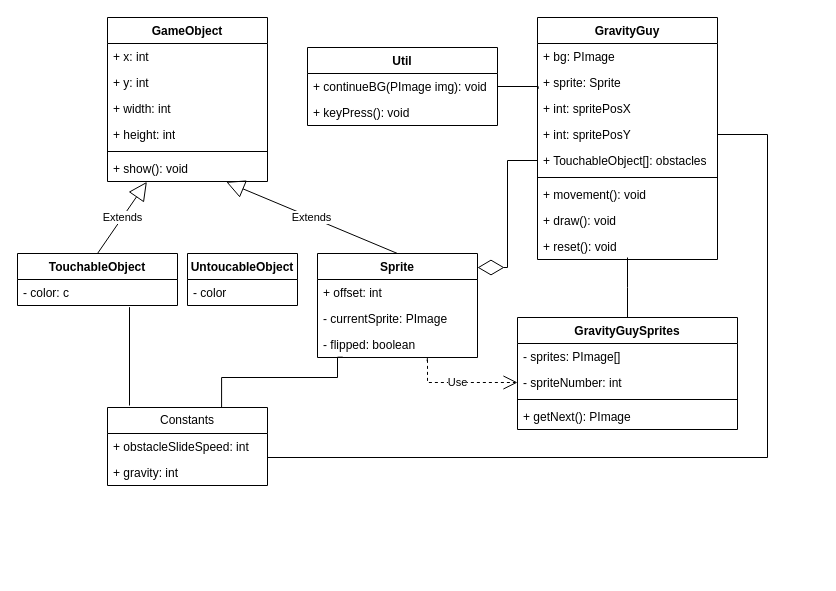
Earlier version of the draw.io diagram uml1.drawio (naowalrahman/gravity-guy). Source tidied: cells renumbered, new cells numbered last; positions are measured from the earlier drawing's top-left corner, leaving out a move shared by most shapes. Both pictures are drawn from the tidied source at 100%, with x=0, y=0 at pixel (17, 17).
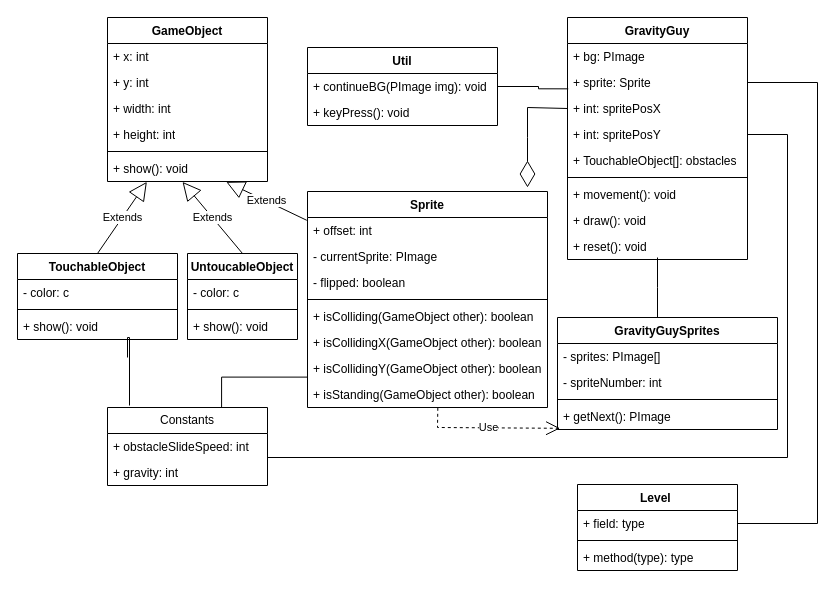
The same page after the edit.

The change refers to these unchanged cells:
```xml
<mxCell id="4" value="- spriteNumber: int" style="text;strokeColor=none;fillColor=none;align=left;verticalAlign=top;spacingLeft=4;spacingRight=4;overflow=hidden;points=[[0,0.5],[1,0.5]];portConstraint=eastwest;whiteSpace=wrap;html=1;" parent="2" vertex="1">
  <mxGeometry y="52" width="220" height="26" as="geometry" />
</mxCell>
<mxCell id="6" value="+ getNext(): PImage" style="text;strokeColor=none;fillColor=none;align=left;verticalAlign=top;spacingLeft=4;spacingRight=4;overflow=hidden;points=[[0,0.5],[1,0.5]];portConstraint=eastwest;whiteSpace=wrap;html=1;" parent="2" vertex="1">
  <mxGeometry y="86" width="220" height="26" as="geometry" />
</mxCell>
<mxCell id="9" value="+ sprite: Sprite" style="text;strokeColor=none;fillColor=none;align=left;verticalAlign=top;spacingLeft=4;spacingRight=4;overflow=hidden;points=[[0,0.5],[1,0.5]];portConstraint=eastwest;whiteSpace=wrap;html=1;" parent="7" vertex="1">
  <mxGeometry y="52" width="180" height="26" as="geometry" />
</mxCell>
<mxCell id="10" value="+ int: spritePosX" style="text;strokeColor=none;fillColor=none;align=left;verticalAlign=top;spacingLeft=4;spacingRight=4;overflow=hidden;points=[[0,0.5],[1,0.5]];portConstraint=eastwest;whiteSpace=wrap;html=1;" parent="7" vertex="1">
  <mxGeometry y="78" width="180" height="26" as="geometry" />
</mxCell>
<mxCell id="11" value="+ int: spritePosY" style="text;strokeColor=none;fillColor=none;align=left;verticalAlign=top;spacingLeft=4;spacingRight=4;overflow=hidden;points=[[0,0.5],[1,0.5]];portConstraint=eastwest;whiteSpace=wrap;html=1;" parent="7" vertex="1">
  <mxGeometry y="104" width="180" height="26" as="geometry" />
</mxCell>
<mxCell id="12" value="+ TouchableObject[]: obstacles" style="text;strokeColor=none;fillColor=none;align=left;verticalAlign=top;spacingLeft=4;spacingRight=4;overflow=hidden;points=[[0,0.5],[1,0.5]];portConstraint=eastwest;whiteSpace=wrap;html=1;" parent="7" vertex="1">
  <mxGeometry y="130" width="180" height="26" as="geometry" />
</mxCell>
<mxCell id="24" value="+ show(): void" style="text;strokeColor=none;fillColor=none;align=left;verticalAlign=top;spacingLeft=4;spacingRight=4;overflow=hidden;points=[[0,0.5],[1,0.5]];portConstraint=eastwest;whiteSpace=wrap;html=1;" parent="18" vertex="1">
  <mxGeometry y="138" width="160" height="26" as="geometry" />
</mxCell>
<mxCell id="39" value="Constants" style="swimlane;fontStyle=0;horizontal=1;startSize=26;fillColor=none;whiteSpace=wrap;html=1;" parent="1" vertex="1">
  <mxGeometry x="90" y="390" width="160" height="78" as="geometry" />
</mxCell>
```

Diff of the diagram source:
```diff
@@
     <mxCell id="2" value="GravityGuySprites" style="swimlane;fontStyle=1;align=center;verticalAlign=top;horizontal=1;startSize=26;whiteSpace=wrap;html=1;" parent="1" vertex="1">
-      <mxGeometry x="500" y="300" width="220" height="112" as="geometry" />
+      <mxGeometry x="540" y="300" width="220" height="112" as="geometry" />
     </mxCell>
@@
     <mxCell id="7" value="GravityGuy" style="swimlane;fontStyle=1;align=center;verticalAlign=top;horizontal=1;startSize=26;whiteSpace=wrap;html=1;" parent="1" vertex="1">
-      <mxGeometry x="520" width="180" height="242" as="geometry" />
+      <mxGeometry x="550" width="180" height="242" as="geometry" />
     </mxCell>
@@
     <mxCell id="17" style="endArrow=none;html=1;edgeStyle=orthogonalEdgeStyle;rounded=0;entryX=0.5;entryY=0;entryDx=0;entryDy=0;" parent="1" edge="1" target="2">
       <mxGeometry relative="1" as="geometry">
-        <mxPoint x="610" y="240" as="sourcePoint" />
+        <mxPoint x="640" y="240" as="sourcePoint" />
         <Array as="points">
-          <mxPoint x="610" y="270" />
-          <mxPoint x="610" y="270" />
+          <mxPoint x="640" y="270" />
+          <mxPoint x="640" y="270" />
         </Array>
       </mxGeometry>
     </mxCell>
@@
-    <mxCell id="25" value="Sprite" style="swimlane;fontStyle=1;align=center;verticalAlign=top;horizontal=1;startSize=26;whiteSpace=wrap;html=1;" parent="1" vertex="1">
-      <mxGeometry x="300" y="236" width="160" height="104" as="geometry" />
-    </mxCell>
-    <mxCell id="26" value="+ offset: int" style="text;strokeColor=none;fillColor=none;align=left;verticalAlign=top;spacingLeft=4;spacingRight=4;overflow=hidden;points=[[0,0.5],[1,0.5]];portConstraint=eastwest;whiteSpace=wrap;html=1;" parent="25" vertex="1">
-      <mxGeometry y="26" width="160" height="26" as="geometry" />
-    </mxCell>
-    <mxCell id="27" value="- currentSprite: PImage" style="text;strokeColor=none;fillColor=none;align=left;verticalAlign=top;spacingLeft=4;spacingRight=4;overflow=hidden;whiteSpace=wrap;html=1;" parent="25" vertex="1">
-      <mxGeometry y="52" width="160" height="26" as="geometry" />
-    </mxCell>
-    <mxCell id="28" value="- flipped: boolean" style="text;strokeColor=none;fillColor=none;align=left;verticalAlign=top;spacingLeft=4;spacingRight=4;overflow=hidden;points=[[0,0.5],[1,0.5]];portConstraint=eastwest;whiteSpace=wrap;html=1;" parent="25" vertex="1">
-      <mxGeometry y="78" width="160" height="26" as="geometry" />
-    </mxCell>
-    <mxCell id="29" value="Use" style="endArrow=open;endSize=12;dashed=1;html=1;rounded=0;entryX=0;entryY=0.5;entryDx=0;entryDy=0;exitX=0.685;exitY=1.138;exitDx=0;exitDy=0;exitPerimeter=0;" parent="1" edge="1" source="28" target="4">
+    <mxCell id="29" value="Use" style="endArrow=open;endSize=12;dashed=1;html=1;rounded=0;exitX=0.543;exitY=1.012;exitDx=0;exitDy=0;exitPerimeter=0;entryX=0.012;entryY=0.954;entryDx=0;entryDy=0;entryPerimeter=0;" parent="1" edge="1" source="59" target="6">
       <mxGeometry relative="1" as="geometry">
         <Array as="points">
-          <mxPoint x="410" y="340" />
-          <mxPoint x="410" y="365" />
+          <mxPoint x="420" y="410" />
         </Array>
       </mxGeometry>
     </mxCell>
-    <mxCell id="30" value="Extends" style="endArrow=block;endSize=16;endFill=0;html=1;rounded=0;exitX=0.5;exitY=0;exitDx=0;exitDy=0;entryX=0.742;entryY=1.013;entryDx=0;entryDy=0;entryPerimeter=0;" parent="1" edge="1" source="25" target="24">
+    <mxCell id="30" value="Extends" style="endArrow=block;endSize=16;endFill=0;html=1;rounded=0;exitX=-0.003;exitY=0.108;exitDx=0;exitDy=0;entryX=0.742;entryY=1.013;entryDx=0;entryDy=0;entryPerimeter=0;exitPerimeter=0;" parent="1" edge="1" source="26" target="24">
       <mxGeometry relative="1" as="geometry" />
     </mxCell>
-    <mxCell id="31" value="TouchableObject" style="swimlane;fontStyle=1;align=center;verticalAlign=top;horizontal=1;startSize=26;whiteSpace=wrap;html=1;" parent="1" vertex="1">
-      <mxGeometry y="236" width="160" height="52" as="geometry" />
-    </mxCell>
-    <mxCell id="32" value="- color: c" style="text;strokeColor=none;fillColor=none;align=left;verticalAlign=top;spacingLeft=4;spacingRight=4;overflow=hidden;points=[[0,0.5],[1,0.5]];portConstraint=eastwest;whiteSpace=wrap;html=1;" parent="31" vertex="1">
-      <mxGeometry y="26" width="160" height="26" as="geometry" />
-    </mxCell>
-    <mxCell id="33" value="Extends" style="endArrow=block;endSize=16;endFill=0;html=1;rounded=0;entryX=0.246;entryY=1.013;entryDx=0;entryDy=0;entryPerimeter=0;exitX=0.5;exitY=0;exitDx=0;exitDy=0;" parent="1" edge="1" source="31" target="24">
-      <mxGeometry relative="1" as="geometry" />
+    <mxCell id="33" value="Extends" style="endArrow=block;endSize=16;endFill=0;html=1;rounded=0;entryX=0.246;entryY=1.013;entryDx=0;entryDy=0;entryPerimeter=0;exitX=0.5;exitY=0;exitDx=0;exitDy=0;" parent="1" edge="1" target="24">
+      <mxGeometry relative="1" as="geometry">
+        <mxPoint x="80" y="236" as="sourcePoint" />
+      </mxGeometry>
     </mxCell>
-    <mxCell id="34" style="endArrow=diamondThin;endFill=0;endSize=24;html=1;rounded=0;exitX=0;exitY=0.5;exitDx=0;exitDy=0;entryX=1;entryY=0.135;entryDx=0;entryDy=0;entryPerimeter=0;" parent="1" edge="1" source="12" target="25">
+    <mxCell id="34" style="endArrow=diamondThin;endFill=0;endSize=24;html=1;rounded=0;exitX=0;exitY=0.5;exitDx=0;exitDy=0;" parent="1" edge="1" source="10">
       <mxGeometry relative="1" as="geometry">
+        <mxPoint x="510" y="170" as="targetPoint" />
         <Array as="points">
-          <mxPoint x="490" y="143" />
-          <mxPoint x="490" y="250" />
+          <mxPoint x="510" y="90" />
+          <mxPoint x="510" y="120" />
         </Array>
       </mxGeometry>
     </mxCell>
@@
-    <mxCell id="42" style="endArrow=none;html=1;edgeStyle=orthogonalEdgeStyle;rounded=0;exitX=0.7;exitY=1.064;exitDx=0;exitDy=0;exitPerimeter=0;" parent="1" edge="1" source="32">
+    <mxCell id="42" style="endArrow=none;html=1;edgeStyle=orthogonalEdgeStyle;rounded=0;" parent="1" edge="1">
       <mxGeometry relative="1" as="geometry">
+        <mxPoint x="110" y="340" as="sourcePoint" />
         <mxPoint x="112" y="388" as="targetPoint" />
         <Array as="points">
-          <mxPoint x="112" y="388" />
+          <mxPoint x="110" y="320" />
+          <mxPoint x="112" y="320" />
         </Array>
       </mxGeometry>
     </mxCell>
-    <mxCell id="43" style="endArrow=none;html=1;edgeStyle=orthogonalEdgeStyle;rounded=0;exitX=0.158;exitY=0.987;exitDx=0;exitDy=0;exitPerimeter=0;entryX=0.713;entryY=0.004;entryDx=0;entryDy=0;entryPerimeter=0;" parent="1" edge="1" source="28" target="39">
+    <mxCell id="43" style="endArrow=none;html=1;edgeStyle=orthogonalEdgeStyle;rounded=0;exitX=0;exitY=0.831;exitDx=0;exitDy=0;exitPerimeter=0;entryX=0.713;entryY=0.004;entryDx=0;entryDy=0;entryPerimeter=0;" parent="1" edge="1" source="58" target="39">
       <mxGeometry relative="1" as="geometry">
         <Array as="points">
-          <mxPoint x="320" y="340" />
-          <mxPoint x="320" y="360" />
           <mxPoint x="204" y="360" />
         </Array>
       </mxGeometry>
     </mxCell>
     <mxCell id="44" style="endArrow=none;html=1;edgeStyle=orthogonalEdgeStyle;rounded=0;entryX=1;entryY=0.5;entryDx=0;entryDy=0;" parent="1" edge="1" target="11">
       <mxGeometry relative="1" as="geometry">
         <mxPoint x="250" y="440" as="sourcePoint" />
         <Array as="points">
-          <mxPoint x="750" y="440" />
-          <mxPoint x="750" y="117" />
+          <mxPoint x="770" y="440" />
+          <mxPoint x="770" y="117" />
         </Array>
       </mxGeometry>
     </mxCell>
     <mxCell id="45" value="UntoucableObject" style="swimlane;fontStyle=1;align=center;verticalAlign=top;horizontal=1;startSize=26;whiteSpace=wrap;html=1;" parent="1" vertex="1">
-      <mxGeometry x="170" y="236" width="110" height="52" as="geometry" />
+      <mxGeometry x="170" y="236" width="110" height="86" as="geometry" />
     </mxCell>
-    <mxCell id="46" value="- color" style="text;strokeColor=none;fillColor=none;align=left;verticalAlign=top;spacingLeft=4;spacingRight=4;overflow=hidden;whiteSpace=wrap;html=1;" parent="45" vertex="1">
+    <mxCell id="46" value="- color: c" style="text;strokeColor=none;fillColor=none;align=left;verticalAlign=top;spacingLeft=4;spacingRight=4;overflow=hidden;whiteSpace=wrap;html=1;" parent="45" vertex="1">
       <mxGeometry y="26" width="110" height="26" as="geometry" />
     </mxCell>
+    <mxCell id="47" style="line;strokeWidth=1;fillColor=none;align=left;verticalAlign=middle;spacingTop=-1;spacingLeft=3;spacingRight=3;labelPosition=right;strokeColor=inherit;" parent="45" vertex="1">
+      <mxGeometry y="52" width="110" height="8" as="geometry" />
+    </mxCell>
+    <mxCell id="48" value="+ show(): void" style="text;strokeColor=none;fillColor=none;align=left;verticalAlign=top;spacingLeft=4;spacingRight=4;overflow=hidden;whiteSpace=wrap;html=1;" parent="45" vertex="1">
+      <mxGeometry y="60" width="110" height="26" as="geometry" />
+    </mxCell>
+    <mxCell id="31" value="TouchableObject" style="swimlane;fontStyle=1;align=center;verticalAlign=top;horizontal=1;startSize=26;whiteSpace=wrap;html=1;" parent="1" vertex="1">
+      <mxGeometry y="236" width="160" height="86" as="geometry" />
+    </mxCell>
+    <mxCell id="32" value="- color: c" style="text;strokeColor=none;fillColor=none;align=left;verticalAlign=top;spacingLeft=4;spacingRight=4;overflow=hidden;points=[[0,0.5],[1,0.5]];portConstraint=eastwest;whiteSpace=wrap;html=1;" parent="31" vertex="1">
+      <mxGeometry y="26" width="160" height="26" as="geometry" />
+    </mxCell>
+    <mxCell id="49" style="line;strokeWidth=1;fillColor=none;align=left;verticalAlign=middle;spacingTop=-1;spacingLeft=3;spacingRight=3;labelPosition=right;strokeColor=inherit;" parent="31" vertex="1">
+      <mxGeometry y="52" width="160" height="8" as="geometry" />
+    </mxCell>
+    <mxCell id="50" value="+ show(): void" style="text;strokeColor=none;fillColor=none;align=left;verticalAlign=top;spacingLeft=4;spacingRight=4;overflow=hidden;whiteSpace=wrap;html=1;" parent="31" vertex="1">
+      <mxGeometry y="60" width="160" height="26" as="geometry" />
+    </mxCell>
+    <mxCell id="51" value="Level&amp;nbsp;" style="swimlane;fontStyle=1;align=center;verticalAlign=top;horizontal=1;startSize=26;whiteSpace=wrap;html=1;" parent="1" vertex="1">
+      <mxGeometry x="560" y="467" width="160" height="86" as="geometry" />
+    </mxCell>
+    <mxCell id="52" value="+ field: type" style="text;strokeColor=none;fillColor=none;align=left;verticalAlign=top;spacingLeft=4;spacingRight=4;overflow=hidden;points=[[0,0.5],[1,0.5]];portConstraint=eastwest;whiteSpace=wrap;html=1;" parent="51" vertex="1">
+      <mxGeometry y="26" width="160" height="26" as="geometry" />
+    </mxCell>
+    <mxCell id="53" style="line;strokeWidth=1;fillColor=none;align=left;verticalAlign=middle;spacingTop=-1;spacingLeft=3;spacingRight=3;labelPosition=right;strokeColor=inherit;" parent="51" vertex="1">
+      <mxGeometry y="52" width="160" height="8" as="geometry" />
+    </mxCell>
+    <mxCell id="54" value="+ method(type): type" style="text;strokeColor=none;fillColor=none;align=left;verticalAlign=top;spacingLeft=4;spacingRight=4;overflow=hidden;whiteSpace=wrap;html=1;" parent="51" vertex="1">
+      <mxGeometry y="60" width="160" height="26" as="geometry" />
+    </mxCell>
+    <mxCell id="25" value="Sprite" style="swimlane;fontStyle=1;align=center;verticalAlign=top;horizontal=1;startSize=26;whiteSpace=wrap;html=1;" parent="1" vertex="1">
+      <mxGeometry x="290" y="174" width="240" height="216" as="geometry" />
+    </mxCell>
+    <mxCell id="26" value="+ offset: int" style="text;strokeColor=none;fillColor=none;align=left;verticalAlign=top;spacingLeft=4;spacingRight=4;overflow=hidden;points=[[0,0.5],[1,0.5]];portConstraint=eastwest;whiteSpace=wrap;html=1;" parent="25" vertex="1">
+      <mxGeometry y="26" width="240" height="26" as="geometry" />
+    </mxCell>
+    <mxCell id="27" value="- currentSprite: PImage" style="text;strokeColor=none;fillColor=none;align=left;verticalAlign=top;spacingLeft=4;spacingRight=4;overflow=hidden;whiteSpace=wrap;html=1;" parent="25" vertex="1">
+      <mxGeometry y="52" width="240" height="26" as="geometry" />
+    </mxCell>
+    <mxCell id="28" value="- flipped: boolean" style="text;strokeColor=none;fillColor=none;align=left;verticalAlign=top;spacingLeft=4;spacingRight=4;overflow=hidden;points=[[0,0.5],[1,0.5]];portConstraint=eastwest;whiteSpace=wrap;html=1;" parent="25" vertex="1">
+      <mxGeometry y="78" width="240" height="26" as="geometry" />
+    </mxCell>
+    <mxCell id="55" style="line;strokeWidth=1;fillColor=none;align=left;verticalAlign=middle;spacingTop=-1;spacingLeft=3;spacingRight=3;labelPosition=right;strokeColor=inherit;" parent="25" vertex="1">
+      <mxGeometry y="104" width="240" height="8" as="geometry" />
+    </mxCell>
+    <mxCell id="56" value="+ isColliding(GameObject other): boolean" style="text;strokeColor=none;fillColor=none;align=left;verticalAlign=top;spacingLeft=4;spacingRight=4;overflow=hidden;whiteSpace=wrap;html=1;" parent="25" vertex="1">
+      <mxGeometry y="112" width="240" height="26" as="geometry" />
+    </mxCell>
+    <mxCell id="57" value="+ isCollidingX(GameObject other): boolean" style="text;strokeColor=none;fillColor=none;align=left;verticalAlign=top;spacingLeft=4;spacingRight=4;overflow=hidden;whiteSpace=wrap;html=1;" parent="25" vertex="1">
+      <mxGeometry y="138" width="240" height="26" as="geometry" />
+    </mxCell>
+    <mxCell id="58" value="+ isCollidingY(GameObject other): boolean" style="text;strokeColor=none;fillColor=none;align=left;verticalAlign=top;spacingLeft=4;spacingRight=4;overflow=hidden;points=[[0,0.5],[1,0.5]];portConstraint=eastwest;whiteSpace=wrap;html=1;" parent="25" vertex="1">
+      <mxGeometry y="164" width="240" height="26" as="geometry" />
+    </mxCell>
+    <mxCell id="59" value="+ isStanding(GameObject other): boolean" style="text;strokeColor=none;fillColor=none;align=left;verticalAlign=top;spacingLeft=4;spacingRight=4;overflow=hidden;points=[[0,0.5],[1,0.5]];portConstraint=eastwest;whiteSpace=wrap;html=1;" parent="25" vertex="1">
+      <mxGeometry y="190" width="240" height="26" as="geometry" />
+    </mxCell>
+    <mxCell id="60" value="Extends" style="endArrow=block;endSize=16;endFill=0;html=1;rounded=0;exitX=0.5;exitY=0;exitDx=0;exitDy=0;entryX=0.469;entryY=1.015;entryDx=0;entryDy=0;entryPerimeter=0;" parent="1" edge="1" source="45" target="24">
+      <mxGeometry relative="1" as="geometry" />
+    </mxCell>
+    <mxCell id="61" style="endArrow=none;html=1;rounded=0;exitX=1;exitY=0.5;exitDx=0;exitDy=0;entryX=1;entryY=0.5;entryDx=0;entryDy=0;" parent="1" edge="1" source="52" target="9">
+      <mxGeometry relative="1" as="geometry">
+        <Array as="points">
+          <mxPoint x="800" y="506" />
+          <mxPoint x="800" y="65" />
+        </Array>
+      </mxGeometry>
+    </mxCell>
```
